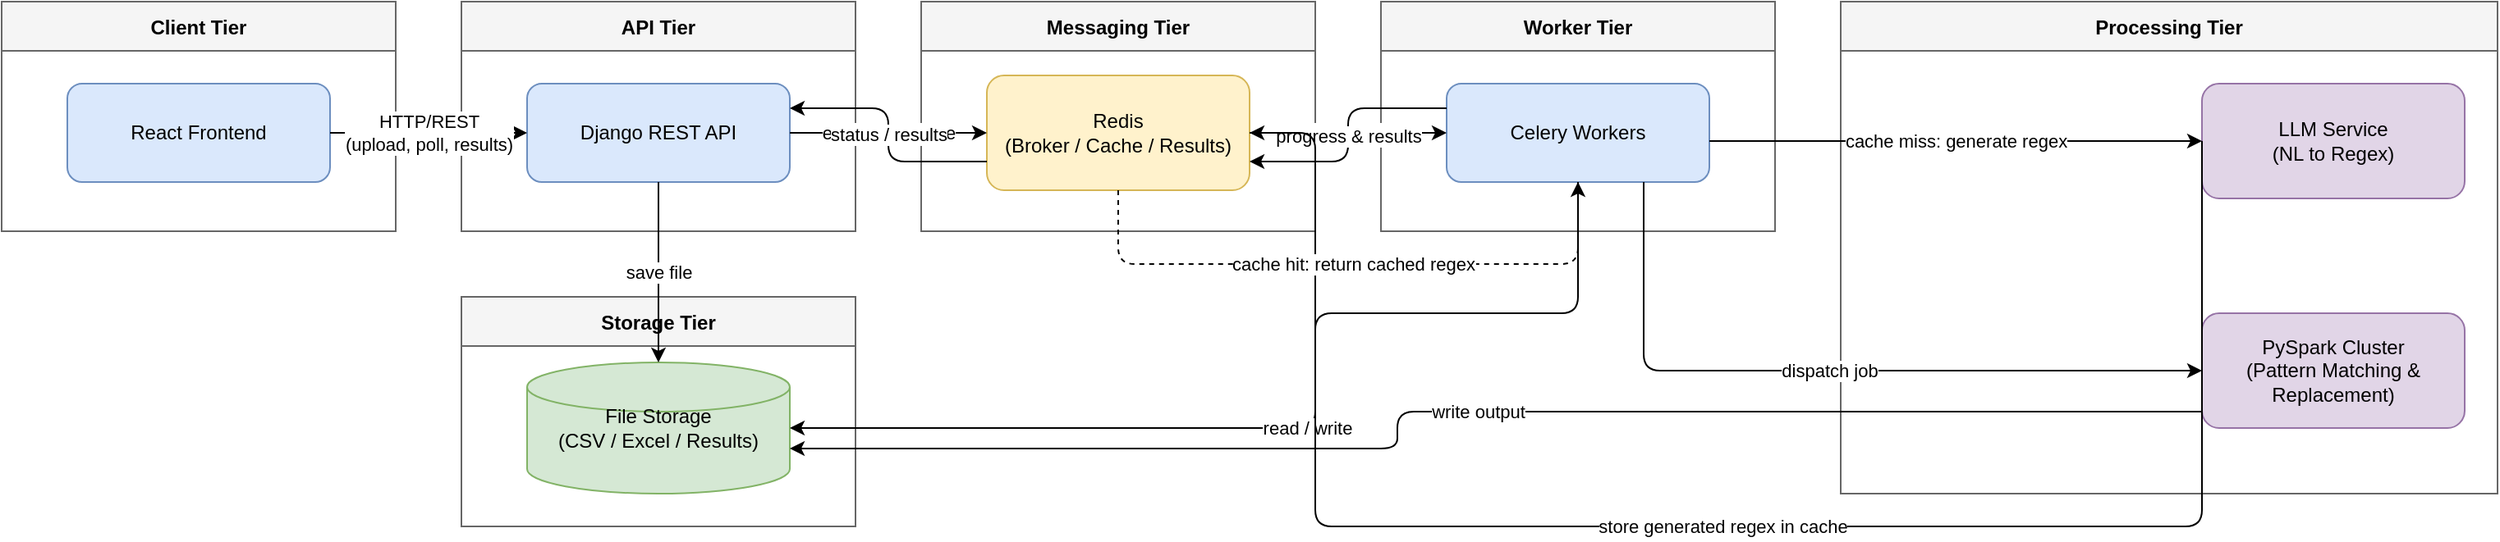
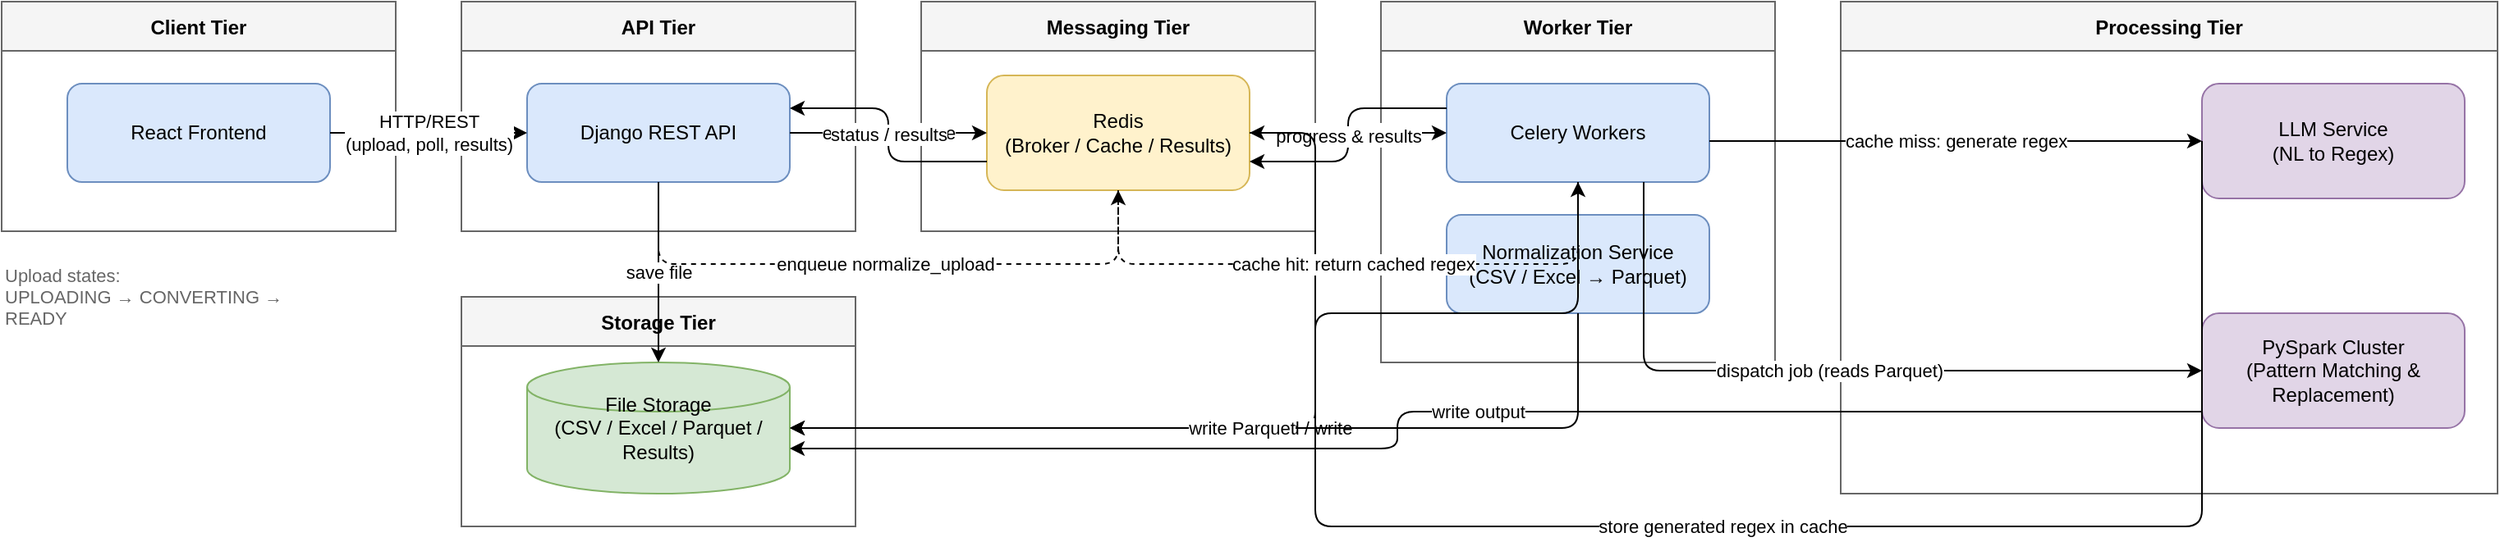
<mxfile host="Electron">
  <diagram name="Architecture" id="0">
    <mxGraphModel dx="1168" dy="770" grid="1" gridSize="10" guides="1" tooltips="1" connect="1" arrows="1" fold="1" page="1" pageScale="1" pageWidth="1600" pageHeight="900" math="0" shadow="0">
      <root>
        <mxCell id="0" />
        <mxCell id="1" parent="0" />
        <mxCell id="client" parent="1" style="swimlane;startSize=30;fillColor=#f5f5f5;strokeColor=#666666;fontStyle=1;" value="Client Tier" vertex="1">
          <mxGeometry height="140" width="240" x="40" y="40" as="geometry" />
        </mxCell>
        <mxCell id="react" parent="client" style="rounded=1;whiteSpace=wrap;html=1;fillColor=#dae8fc;strokeColor=#6c8ebf;fontSize=12;" value="React Frontend" vertex="1">
          <mxGeometry height="60" width="160" x="40" y="50" as="geometry" />
        </mxCell>
        <mxCell id="api" parent="1" style="swimlane;startSize=30;fillColor=#f5f5f5;strokeColor=#666666;fontStyle=1;" value="API Tier" vertex="1">
          <mxGeometry height="140" width="240" x="320" y="40" as="geometry" />
        </mxCell>
        <mxCell id="django" parent="api" style="rounded=1;whiteSpace=wrap;html=1;fillColor=#dae8fc;strokeColor=#6c8ebf;fontSize=12;" value="Django REST API" vertex="1">
          <mxGeometry height="60" width="160" x="40" y="50" as="geometry" />
        </mxCell>
        <mxCell id="msg" parent="1" style="swimlane;startSize=30;fillColor=#f5f5f5;strokeColor=#666666;fontStyle=1;" value="Messaging Tier" vertex="1">
          <mxGeometry height="140" width="240" x="600" y="40" as="geometry" />
        </mxCell>
        <mxCell id="redis" parent="msg" style="rounded=1;whiteSpace=wrap;html=1;fillColor=#fff2cc;strokeColor=#d6b656;fontSize=12;" value="Redis&#xa;(Broker / Cache / Results)" vertex="1">
          <mxGeometry height="70" width="160" x="40" y="45" as="geometry" />
        </mxCell>
        <mxCell id="worker" parent="1" style="swimlane;startSize=30;fillColor=#f5f5f5;strokeColor=#666666;fontStyle=1;" value="Worker Tier" vertex="1">
-           <mxGeometry height="140" width="240" x="880" y="40" as="geometry" />
+           <mxGeometry height="220" width="240" x="880" y="40" as="geometry" />
        </mxCell>
        <mxCell id="celery" parent="worker" style="rounded=1;whiteSpace=wrap;html=1;fillColor=#dae8fc;strokeColor=#6c8ebf;fontSize=12;" value="Celery Workers" vertex="1">
          <mxGeometry height="60" width="160" x="40" y="50" as="geometry" />
+         </mxCell>
+         <mxCell id="norm" parent="worker" style="rounded=1;whiteSpace=wrap;html=1;fillColor=#dae8fc;strokeColor=#6c8ebf;fontSize=12;" value="Normalization Service&#xa;(CSV / Excel &#x2192; Parquet)" vertex="1">
+           <mxGeometry height="60" width="160" x="40" y="130" as="geometry" />
        </mxCell>
        <mxCell id="proc" parent="1" style="swimlane;startSize=30;fillColor=#f5f5f5;strokeColor=#666666;fontStyle=1;" value="Processing Tier" vertex="1">
          <mxGeometry height="300" width="400" x="1160" y="40" as="geometry" />
        </mxCell>
        <mxCell id="pyspark" parent="proc" style="rounded=1;whiteSpace=wrap;html=1;fillColor=#e1d5e7;strokeColor=#9673a6;fontSize=12;" value="PySpark Cluster&#xa;(Pattern Matching &amp; Replacement)" vertex="1">
          <mxGeometry height="70" width="160" x="220" y="190" as="geometry" />
        </mxCell>
        <mxCell id="llm" parent="proc" style="rounded=1;whiteSpace=wrap;html=1;fillColor=#e1d5e7;strokeColor=#9673a6;fontSize=12;" value="LLM Service&#xa;(NL to Regex)" vertex="1">
          <mxGeometry height="70" width="160" x="220" y="50" as="geometry" />
        </mxCell>
        <mxCell id="storage" parent="1" style="swimlane;startSize=30;fillColor=#f5f5f5;strokeColor=#666666;fontStyle=1;" value="Storage Tier" vertex="1">
          <mxGeometry height="140" width="240" x="320" y="220" as="geometry" />
        </mxCell>
-         <mxCell id="filestore" parent="storage" style="shape=cylinder3;whiteSpace=wrap;html=1;fillColor=#d5e8d4;strokeColor=#82b366;fontSize=12;" value="File Storage&#xa;(CSV / Excel / Results)" vertex="1">
+         <mxCell id="filestore" parent="storage" style="shape=cylinder3;whiteSpace=wrap;html=1;fillColor=#d5e8d4;strokeColor=#82b366;fontSize=12;" value="File Storage&#xa;(CSV / Excel / Parquet / Results)" vertex="1">
          <mxGeometry height="80" width="160" x="40" y="40" as="geometry" />
        </mxCell>
        <mxCell id="e1" edge="1" parent="1" source="react" style="edgeStyle=orthogonalEdgeStyle;rounded=1;orthogonalLoop=1;jettySize=auto;html=1;exitX=1;exitY=0.5;exitDx=0;exitDy=0;entryX=0;entryY=0.5;entryDx=0;entryDy=0;" target="django" value="HTTP/REST&#xa;(upload, poll, results)">
          <mxGeometry relative="1" as="geometry" />
        </mxCell>
        <mxCell id="e2" edge="1" parent="1" source="django" style="edgeStyle=orthogonalEdgeStyle;rounded=1;orthogonalLoop=1;jettySize=auto;html=1;exitX=0.5;exitY=1;exitDx=0;exitDy=0;entryX=0.5;entryY=0;entryDx=0;entryDy=0;" target="filestore" value="save file">
          <mxGeometry relative="1" as="geometry" />
        </mxCell>
        <mxCell id="e3" edge="1" parent="1" source="django" style="edgeStyle=orthogonalEdgeStyle;rounded=1;orthogonalLoop=1;jettySize=auto;html=1;exitX=1;exitY=0.5;exitDx=0;exitDy=0;entryX=0;entryY=0.5;entryDx=0;entryDy=0;" target="redis" value="enqueue / cache">
          <mxGeometry relative="1" as="geometry" />
        </mxCell>
        <mxCell id="e4" edge="1" parent="1" source="redis" style="edgeStyle=orthogonalEdgeStyle;rounded=1;orthogonalLoop=1;jettySize=auto;html=1;exitX=1;exitY=0.5;exitDx=0;exitDy=0;entryX=0;entryY=0.5;entryDx=0;entryDy=0;" target="celery" value="consume task">
          <mxGeometry relative="1" as="geometry" />
        </mxCell>
-         <mxCell id="e5" edge="1" parent="1" source="celery" style="edgeStyle=orthogonalEdgeStyle;rounded=1;orthogonalLoop=1;jettySize=auto;html=1;entryX=0;entryY=0.5;entryDx=0;entryDy=0;exitX=0.75;exitY=1;exitDx=0;exitDy=0;" target="pyspark" value="dispatch job">
+         <mxCell id="e5" edge="1" parent="1" source="celery" style="edgeStyle=orthogonalEdgeStyle;rounded=1;orthogonalLoop=1;jettySize=auto;html=1;entryX=0;entryY=0.5;entryDx=0;entryDy=0;exitX=0.75;exitY=1;exitDx=0;exitDy=0;" target="pyspark" value="dispatch job (reads Parquet)">
          <mxGeometry relative="1" as="geometry" />
        </mxCell>
        <mxCell id="e6" edge="1" parent="1" source="celery" style="edgeStyle=orthogonalEdgeStyle;rounded=1;orthogonalLoop=1;jettySize=auto;html=1;entryX=0;entryY=0.5;entryDx=0;entryDy=0;" target="llm" value="cache miss: generate regex">
          <mxGeometry relative="1" as="geometry">
            <Array as="points">
              <mxPoint x="1080" y="125" />
            </Array>
            <mxPoint x="1130" y="230" as="sourcePoint" />
          </mxGeometry>
        </mxCell>
        <mxCell id="e7" edge="1" parent="1" source="celery" style="edgeStyle=orthogonalEdgeStyle;rounded=1;orthogonalLoop=1;jettySize=auto;html=1;exitX=0.5;exitY=1;exitDx=0;exitDy=0;entryX=1;entryY=0.5;entryDx=0;entryDy=0;" target="filestore" value="read / write">
          <mxGeometry relative="1" as="geometry">
            <Array as="points">
              <mxPoint x="1000" y="230" />
              <mxPoint x="840" y="230" />
              <mxPoint x="840" y="300" />
            </Array>
          </mxGeometry>
        </mxCell>
        <mxCell id="e8" edge="1" parent="1" source="celery" style="edgeStyle=orthogonalEdgeStyle;rounded=1;orthogonalLoop=1;jettySize=auto;html=1;exitX=0;exitY=0.25;exitDx=0;exitDy=0;entryX=1;entryY=0.75;entryDx=0;entryDy=0;" target="redis" value="progress &amp; results">
          <mxGeometry relative="1" as="geometry" />
        </mxCell>
        <mxCell id="e9" edge="1" parent="1" source="redis" style="edgeStyle=orthogonalEdgeStyle;rounded=1;orthogonalLoop=1;jettySize=auto;html=1;exitX=0;exitY=0.75;exitDx=0;exitDy=0;entryX=1;entryY=0.25;entryDx=0;entryDy=0;" target="django" value="status / results">
          <mxGeometry relative="1" as="geometry" />
        </mxCell>
        <mxCell id="e11" edge="1" parent="1" source="llm" target="redis" value="store generated regex in cache" style="edgeStyle=orthogonalEdgeStyle;rounded=1;orthogonalLoop=1;jettySize=auto;html=1;exitX=0;exitY=0.5;exitDx=0;exitDy=0;entryX=1;entryY=0.5;entryDx=0;entryDy=0;">
          <mxGeometry relative="1" as="geometry">
            <Array as="points">
              <mxPoint x="1380" y="125" />
              <mxPoint x="1380" y="360" />
              <mxPoint x="840" y="360" />
              <mxPoint x="840" y="125" />
            </Array>
          </mxGeometry>
        </mxCell>
        <mxCell id="e12" edge="1" parent="1" source="redis" target="celery" value="cache hit: return cached regex" style="edgeStyle=orthogonalEdgeStyle;rounded=1;orthogonalLoop=1;jettySize=auto;html=1;dashed=1;exitX=0.5;exitY=1;exitDx=0;exitDy=0;entryX=0.5;entryY=1;entryDx=0;entryDy=0;">
          <mxGeometry relative="1" as="geometry">
            <Array as="points">
              <mxPoint x="720" y="200" />
              <mxPoint x="1000" y="200" />
            </Array>
          </mxGeometry>
        </mxCell>
        <mxCell id="e10" edge="1" parent="1" source="pyspark" style="edgeStyle=orthogonalEdgeStyle;rounded=1;orthogonalLoop=1;jettySize=auto;html=1;entryX=1;entryY=0;entryDx=0;entryDy=52.5;entryPerimeter=0;" target="filestore" value="write output">
          <mxGeometry relative="1" as="geometry">
            <Array as="points">
              <mxPoint x="890" y="290" />
              <mxPoint x="890" y="313" />
            </Array>
          </mxGeometry>
        </mxCell>
+         <mxCell id="e13" edge="1" parent="1" source="norm" target="filestore" value="write Parquet" style="edgeStyle=orthogonalEdgeStyle;rounded=1;orthogonalLoop=1;jettySize=auto;html=1;exitX=0.5;exitY=1;exitDx=0;exitDy=0;entryX=1;entryY=0.5;entryDx=0;entryDy=0;">
+           <mxGeometry relative="1" as="geometry">
+             <Array as="points">
+               <mxPoint x="1000" y="300" />
+             </Array>
+           </mxGeometry>
+         </mxCell>
+         <mxCell id="e14" edge="1" parent="1" source="django" target="redis" value="enqueue normalize_upload" style="edgeStyle=orthogonalEdgeStyle;rounded=1;orthogonalLoop=1;jettySize=auto;html=1;exitX=0.5;exitY=1;exitDx=0;exitDy=0;entryX=0.5;entryY=1;entryDx=0;entryDy=0;dashed=1;">
+           <mxGeometry relative="1" as="geometry">
+             <Array as="points">
+               <mxPoint x="440" y="200" />
+               <mxPoint x="720" y="200" />
+             </Array>
+           </mxGeometry>
+         </mxCell>
+         <mxCell id="states" parent="1" style="text;html=1;strokeColor=none;fillColor=none;align=left;verticalAlign=middle;whiteSpace=wrap;rounded=0;fontSize=11;fontColor=#666666;" value="Upload states:&#xa;UPLOADING &#x2192; CONVERTING &#x2192; READY" vertex="1">
+           <mxGeometry x="40" y="200" width="200" height="40" as="geometry" />
+         </mxCell>
      </root>
    </mxGraphModel>
  </diagram>
</mxfile>
